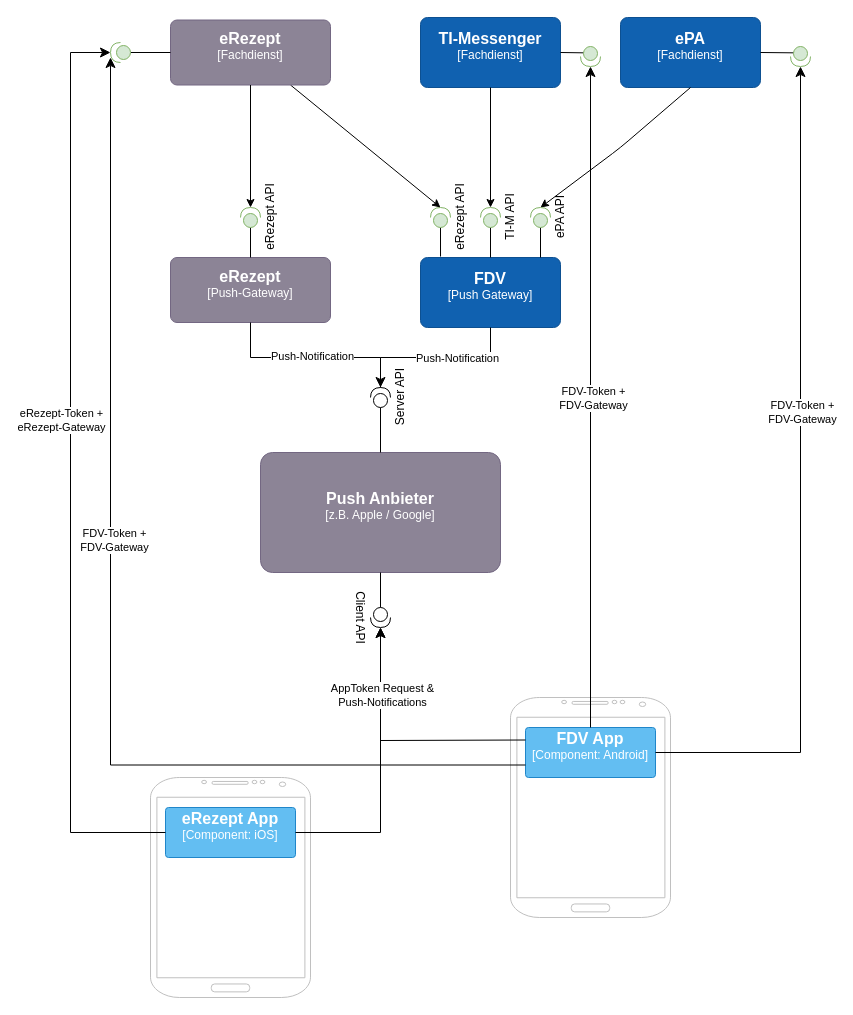
Earlier version of the draw.io diagram src/drawio/TI-Messenger-Fachdienst/Push_Komponeten_fdv.drawio (gematik/api-ti-messenger). Source tidied: cells renumbered, new cells numbered last; positions are measured from the earlier drawing's top-left corner, leaving out a move shared by most shapes. Both pictures are drawn from the tidied source at 100%, with x=0, y=0 at pixel (70, 17).
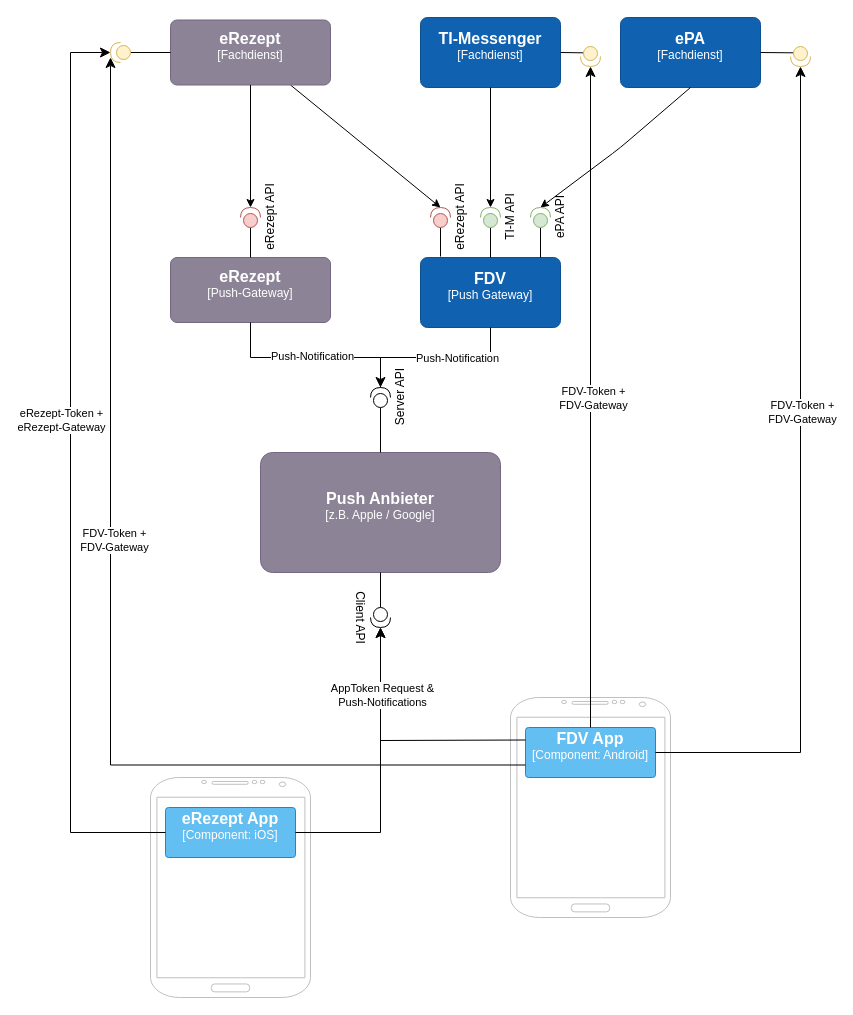
The same page after the edit.

What changed in the source:
```diff
@@
-    <mxCell id="3" value="eRezept API" style="shape=providedRequiredInterface;html=1;verticalLabelPosition=bottom;sketch=0;rotation=-90;fillColor=#d5e8d4;strokeColor=#82b366;" parent="1" vertex="1">
+    <mxCell id="3" value="eRezept API" style="shape=providedRequiredInterface;html=1;verticalLabelPosition=bottom;sketch=0;rotation=-90;fillColor=#f8cecc;strokeColor=#b85450;" parent="1" vertex="1">
       <mxGeometry x="360" y="190" width="20" height="20" as="geometry" />
     </mxCell>
@@
-    <mxCell id="18" value="eRezept API" style="shape=providedRequiredInterface;html=1;verticalLabelPosition=bottom;sketch=0;rotation=-90;fillColor=#d5e8d4;strokeColor=#82b366;" parent="1" vertex="1">
+    <mxCell id="18" value="eRezept API" style="shape=providedRequiredInterface;html=1;verticalLabelPosition=bottom;sketch=0;rotation=-90;fillColor=#f8cecc;strokeColor=#b85450;" parent="1" vertex="1">
       <mxGeometry x="170" y="190" width="20" height="20" as="geometry" />
     </mxCell>
@@
-    <mxCell id="22" style="shape=providedRequiredInterface;html=1;verticalLabelPosition=bottom;sketch=0;rotation=-180;fillColor=#d5e8d4;strokeColor=#82b366;" parent="1" vertex="1">
+    <mxCell id="22" style="shape=providedRequiredInterface;html=1;verticalLabelPosition=bottom;sketch=0;rotation=-180;fillColor=#fff2cc;strokeColor=#d6b656;" parent="1" vertex="1">
       <mxGeometry x="40" y="25" width="20" height="20" as="geometry" />
     </mxCell>
@@
-    <mxCell id="38" style="shape=providedRequiredInterface;html=1;verticalLabelPosition=bottom;sketch=0;rotation=90;fillColor=#d5e8d4;strokeColor=#82b366;" parent="1" vertex="1">
+    <mxCell id="38" style="shape=providedRequiredInterface;html=1;verticalLabelPosition=bottom;sketch=0;rotation=90;fillColor=#fff2cc;strokeColor=#d6b656;" parent="1" vertex="1">
       <mxGeometry x="720" y="29" width="20" height="20" as="geometry" />
     </mxCell>
@@
-    <mxCell id="40" style="shape=providedRequiredInterface;html=1;verticalLabelPosition=bottom;sketch=0;rotation=90;fillColor=#d5e8d4;strokeColor=#82b366;" parent="1" vertex="1">
+    <mxCell id="40" style="shape=providedRequiredInterface;html=1;verticalLabelPosition=bottom;sketch=0;rotation=90;fillColor=#fff2cc;strokeColor=#d6b656;" parent="1" vertex="1">
       <mxGeometry x="510" y="29" width="20" height="20" as="geometry" />
     </mxCell>
```
